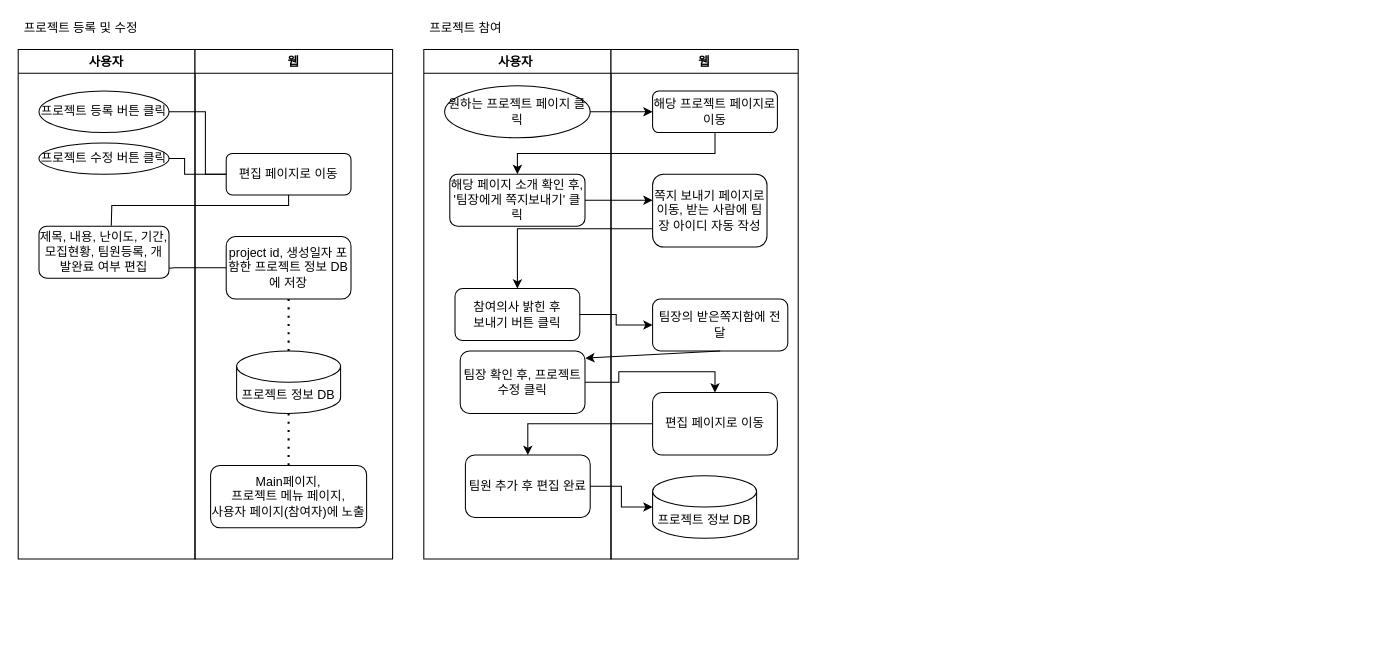
The draw.io diagram Untitled Diagram.drawio in ash0814/univ_assignments, before the edit. Source tidied: cells renumbered, new cells numbered last; positions are measured from the earlier drawing's top-left corner, leaving out a move shared by most shapes. Both pictures are drawn from the tidied source at 104%, with x=0, y=0 at pixel (18, 18).
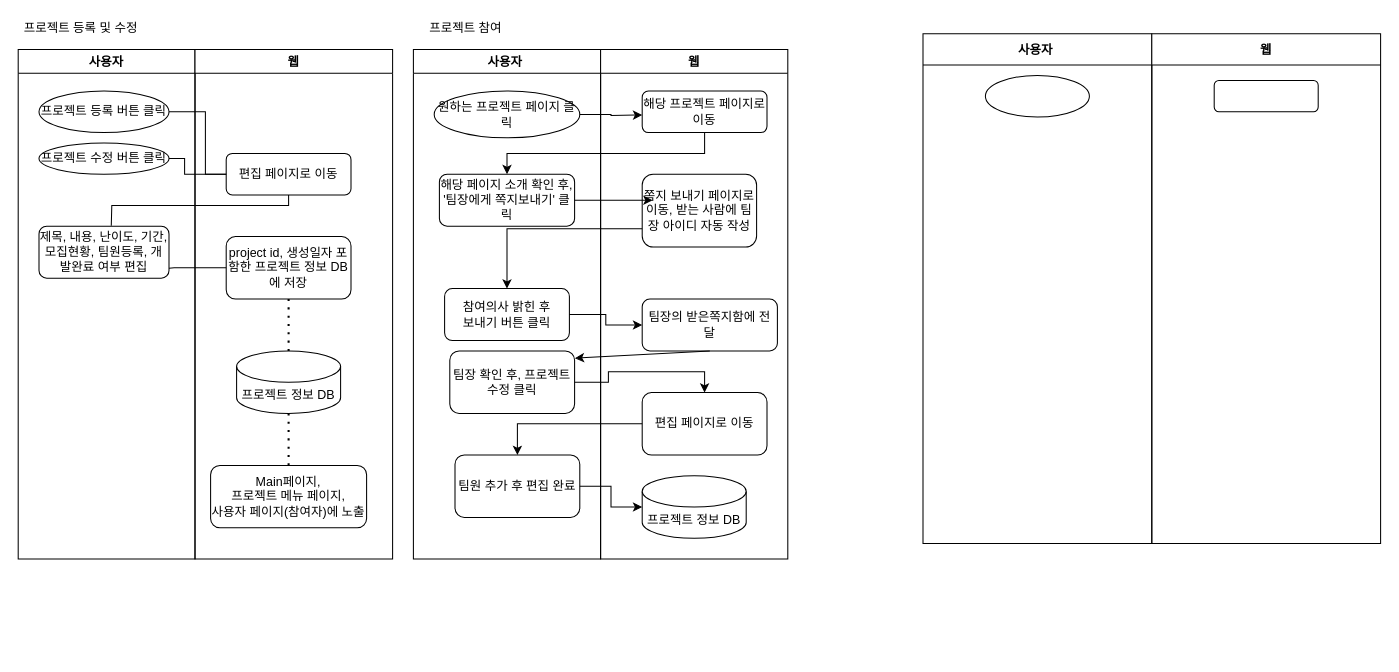
The same diagram, later.

The change refers to these unchanged cells:
```xml
<mxCell id="20" value="해당 페이지 소개 확인 후, '팀장에게 쪽지보내기' 클릭" style="rounded=1;whiteSpace=wrap;html=1;" parent="18" vertex="1">
  <mxGeometry x="25" y="120" width="130" height="50" as="geometry" />
</mxCell>
<mxCell id="25" value="해당 프로젝트 페이지로 이동" style="rounded=1;whiteSpace=wrap;html=1;" parent="24" vertex="1">
  <mxGeometry x="40" y="40" width="120" height="40" as="geometry" />
</mxCell>
```

What changed in the source:
```diff
@@
     <mxCell id="2" style="endArrow=none;html=1;rounded=0;" parent="1" edge="1">
       <mxGeometry relative="1" as="geometry">
-        <mxPoint x="160" y="610" as="sourcePoint" />
-        <mxPoint x="160" y="610" as="targetPoint" />
+        <mxPoint x="180" y="595" as="sourcePoint" />
+        <mxPoint x="180" y="595" as="targetPoint" />
       </mxGeometry>
     </mxCell>
@@
     <mxCell id="18" value="사용자 " style="swimlane;" parent="1" vertex="1">
-      <mxGeometry x="390" y="30" width="180" height="490" as="geometry" />
+      <mxGeometry x="380" y="30" width="180" height="490" as="geometry" />
     </mxCell>
     <mxCell id="19" value="원하는 프로젝트 페이지 클릭" style="ellipse;whiteSpace=wrap;html=1;" parent="18" vertex="1">
-      <mxGeometry x="20" y="35" width="140" height="50" as="geometry" />
+      <mxGeometry x="20" y="40" width="140" height="45" as="geometry" />
     </mxCell>
@@
     <mxCell id="24" value="웹" style="swimlane;" parent="1" vertex="1">
-      <mxGeometry x="570" y="30" width="180" height="490" as="geometry" />
+      <mxGeometry x="560" y="30" width="180" height="490" as="geometry" />
     </mxCell>
@@
     <mxCell id="32" style="edgeStyle=orthogonalEdgeStyle;rounded=0;jettySize=auto;html=1;" parent="1" edge="1" source="19">
       <mxGeometry relative="1" as="geometry">
-        <mxPoint x="610" y="90" as="targetPoint" />
+        <mxPoint x="600" y="93" as="targetPoint" />
       </mxGeometry>
     </mxCell>
     <mxCell id="33" style="endArrow=classic;html=1;rounded=0;entryX=0.5;entryY=0;entryDx=0;entryDy=0;exitX=0.5;exitY=1;exitDx=0;exitDy=0;" parent="1" edge="1" source="25" target="20">
       <mxGeometry relative="1" as="geometry">
         <Array as="points">
-          <mxPoint x="670" y="130" />
-          <mxPoint x="480" y="130" />
+          <mxPoint x="660" y="130" />
+          <mxPoint x="470" y="130" />
         </Array>
       </mxGeometry>
     </mxCell>
@@
+    <mxCell id="41" value="사용자 " style="swimlane;startSize=30;" parent="1" vertex="1">
+      <mxGeometry x="870" y="15" width="220" height="490" as="geometry" />
+    </mxCell>
+    <mxCell id="42" style="ellipse;whiteSpace=wrap;html=1;" parent="41" vertex="1">
+      <mxGeometry x="60" y="40" width="100" height="40" as="geometry" />
+    </mxCell>
+    <mxCell id="43" value="웹" style="swimlane;startSize=30;" parent="1" vertex="1">
+      <mxGeometry x="1090" y="15" width="220" height="490" as="geometry" />
+    </mxCell>
+    <mxCell id="44" style="rounded=1;whiteSpace=wrap;html=1;" parent="43" vertex="1">
+      <mxGeometry x="60" y="45" width="100" height="30" as="geometry" />
+    </mxCell>
```
